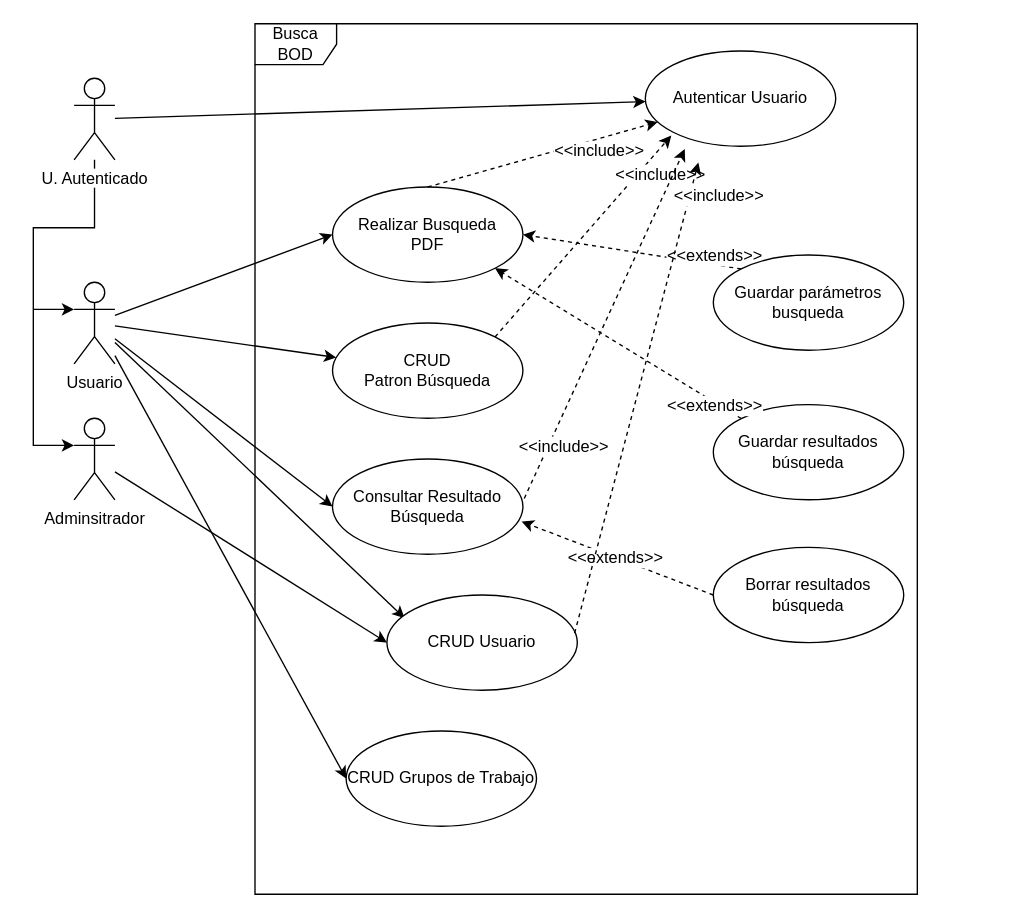
Earlier version of the draw.io diagram imagenes busca bod/Diagrama de Casos de Uso.drawio (DptoSIC/BuscaBOD). Source tidied: cells renumbered, new cells numbered last; positions are measured from the earlier drawing's top-left corner, leaving out a move shared by most shapes. Both pictures are drawn from the tidied source at 136%, with x=0, y=0 at pixel (33, 23).
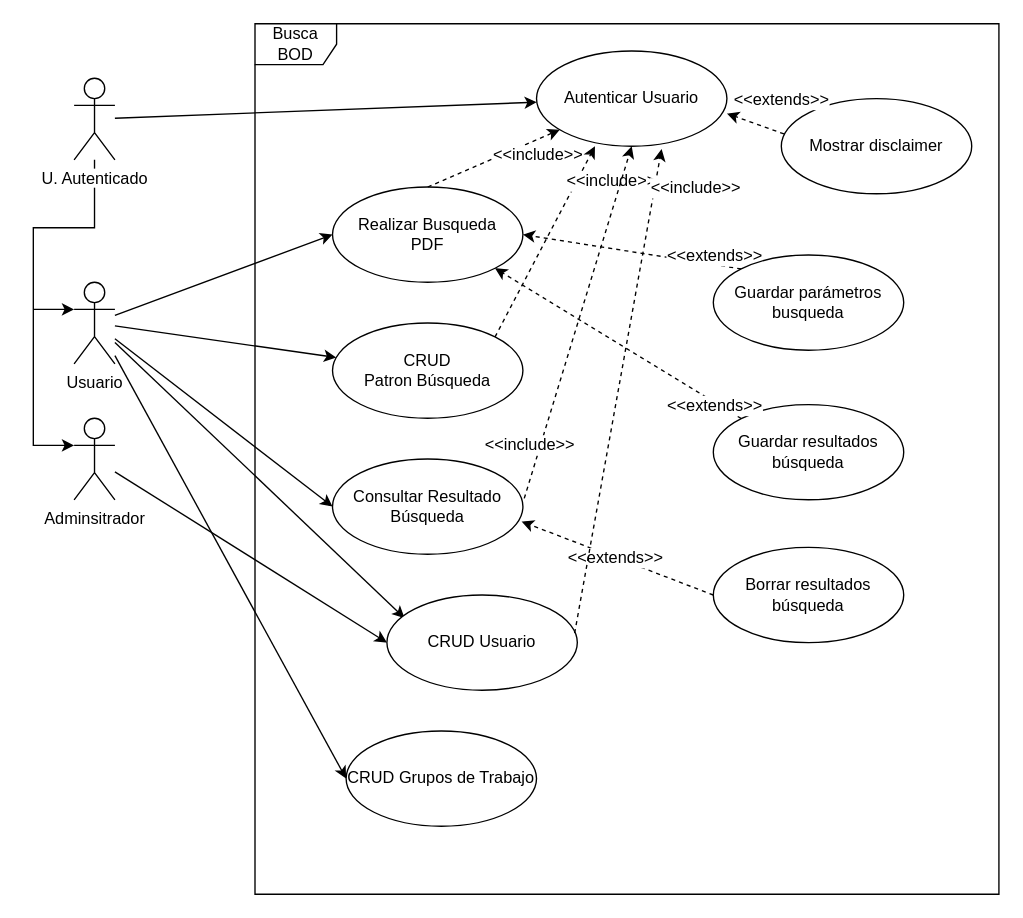
Above is the later version.

Unchanged cells that the change refers to:
```xml
<mxCell id="16" value="&lt;div&gt;CRUD &lt;br&gt;&lt;/div&gt;&lt;div&gt;Patron Búsqueda&lt;br&gt;&lt;/div&gt;" style="ellipse;whiteSpace=wrap;html=1;" parent="1" vertex="1">
  <mxGeometry x="220" y="220" width="140" height="70" as="geometry" />
</mxCell>
<mxCell id="17" value="Consultar Resultado Búsqueda" style="ellipse;whiteSpace=wrap;html=1;" parent="1" vertex="1">
  <mxGeometry x="220" y="320" width="140" height="70" as="geometry" />
</mxCell>
<mxCell id="18" value="CRUD Usuario" style="ellipse;whiteSpace=wrap;html=1;" parent="1" vertex="1">
  <mxGeometry x="260" y="420" width="140" height="70" as="geometry" />
</mxCell>
```

The edit, as a diff of the source:
```diff
@@
     <mxCell id="2" value="Busca BOD" style="shape=umlFrame;whiteSpace=wrap;html=1;" parent="1" vertex="1">
-      <mxGeometry x="163" width="487" height="640" as="geometry" />
+      <mxGeometry x="163" width="547" height="640" as="geometry" />
     </mxCell>
@@
     <mxCell id="14" value="Autenticar Usuario" style="ellipse;whiteSpace=wrap;html=1;" parent="1" vertex="1">
-      <mxGeometry x="450" y="20" width="140" height="70" as="geometry" />
+      <mxGeometry x="370" y="20" width="140" height="70" as="geometry" />
     </mxCell>
@@
-    <mxCell id="30" style="edgeStyle=none;rounded=0;jettySize=auto;html=1;dashed=1;exitX=1;exitY=0;exitDx=0;exitDy=0;" parent="1" edge="1" source="16">
-      <mxGeometry relative="1" as="geometry">
-        <mxPoint x="469.1" y="82.2" as="targetPoint" />
-      </mxGeometry>
+    <mxCell id="30" style="edgeStyle=none;rounded=0;jettySize=auto;html=1;dashed=1;exitX=1;exitY=0;exitDx=0;exitDy=0;entryX=0.307;entryY=1;entryDx=0;entryDy=0;entryPerimeter=0;" parent="1" edge="1" source="16" target="14">
+      <mxGeometry relative="1" as="geometry" />
     </mxCell>
@@
-    <mxCell id="32" style="edgeStyle=none;rounded=0;jettySize=auto;html=1;dashed=1;exitX=1.007;exitY=0.414;exitDx=0;exitDy=0;exitPerimeter=0;" parent="1" edge="1" source="17">
-      <mxGeometry relative="1" as="geometry">
-        <mxPoint x="479" y="92" as="targetPoint" />
-      </mxGeometry>
+    <mxCell id="32" style="edgeStyle=none;rounded=0;jettySize=auto;html=1;dashed=1;exitX=1.007;exitY=0.414;exitDx=0;exitDy=0;exitPerimeter=0;entryX=0.5;entryY=1;entryDx=0;entryDy=0;" parent="1" edge="1" source="17" target="14">
+      <mxGeometry relative="1" as="geometry" />
     </mxCell>
@@
-    <mxCell id="34" style="edgeStyle=none;rounded=0;jettySize=auto;html=1;dashed=1;exitX=0.986;exitY=0.4;exitDx=0;exitDy=0;exitPerimeter=0;" parent="1" edge="1" source="18">
-      <mxGeometry relative="1" as="geometry">
-        <mxPoint x="489" y="102" as="targetPoint" />
-      </mxGeometry>
+    <mxCell id="34" style="edgeStyle=none;rounded=0;jettySize=auto;html=1;dashed=1;exitX=0.986;exitY=0.4;exitDx=0;exitDy=0;exitPerimeter=0;entryX=0.657;entryY=1.029;entryDx=0;entryDy=0;entryPerimeter=0;" parent="1" edge="1" source="18" target="14">
+      <mxGeometry relative="1" as="geometry" />
     </mxCell>
@@
+    <mxCell id="38" value="Mostrar disclaimer" style="ellipse;whiteSpace=wrap;html=1;" parent="1" vertex="1">
+      <mxGeometry x="550" y="55" width="140" height="70" as="geometry" />
+    </mxCell>
+    <mxCell id="39" style="edgeStyle=none;rounded=0;jettySize=auto;html=1;exitX=0.014;exitY=0.371;exitDx=0;exitDy=0;entryX=1;entryY=0.657;entryDx=0;entryDy=0;dashed=1;exitPerimeter=0;entryPerimeter=0;" parent="1" edge="1" source="38" target="14">
+      <mxGeometry relative="1" as="geometry" />
+    </mxCell>
+    <mxCell id="40" value="&amp;lt;&amp;lt;extends&amp;gt;&amp;gt;" style="text;html=1;align=center;verticalAlign=middle;labelBackgroundColor=#ffffff;" parent="39" vertex="1">
+      <mxGeometry x="0.28" y="2" relative="1" as="geometry">
+        <mxPoint x="26" y="-18" as="offset" />
+      </mxGeometry>
+    </mxCell>
```
